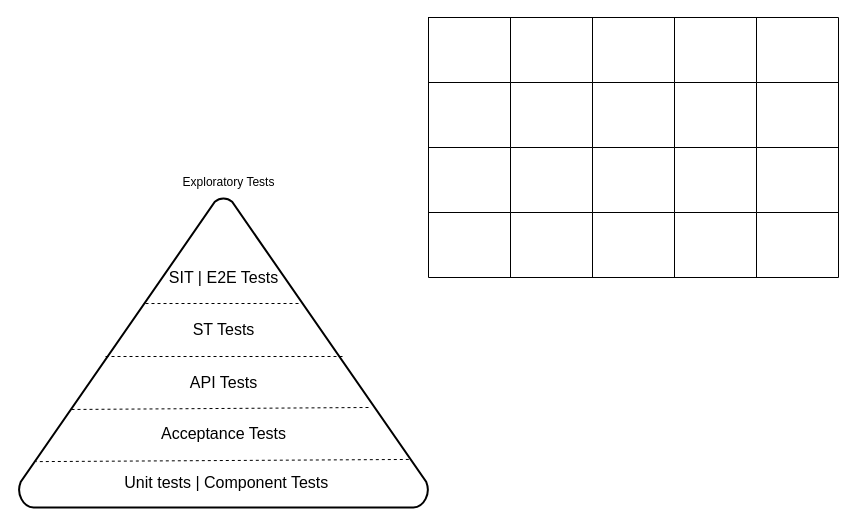
This is page "Page-2" (2 of 4) of Test Process.drawio from neeraj0882/Process, a draw.io file, before an edit. Source tidied: cells renumbered, new cells numbered last; positions are measured from the earlier drawing's top-left corner, leaving out a move shared by most shapes. Both pictures are drawn from the tidied source at 100%, with x=0, y=0 at pixel (18, 17).
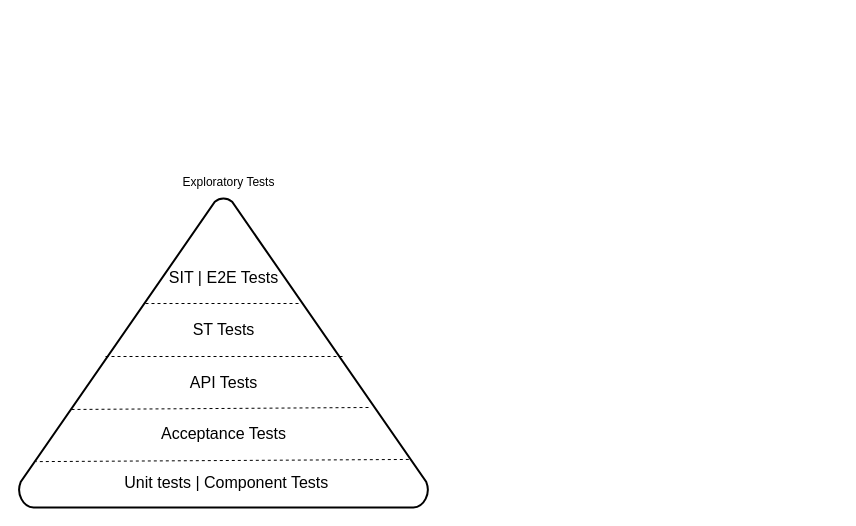
The same page after the edit.

What changed in the source:
```diff
@@
-    <mxCell id="13" style="shape=table;startSize=0;childLayout=tableLayout;" parent="1" vertex="1">
-      <mxGeometry x="410" width="410" height="260" as="geometry" />
-    </mxCell>
-    <mxCell id="14" style="shape=tableRow;horizontal=0;startSize=0;swimlaneHead=0;swimlaneBody=0;strokeColor=inherit;top=0;left=0;bottom=0;right=0;fillColor=none;" parent="13" vertex="1">
-      <mxGeometry width="410" height="65" as="geometry" />
-    </mxCell>
-    <mxCell id="15" style="shape=partialRectangle;html=1;whiteSpace=wrap;strokeColor=inherit;overflow=hidden;fillColor=none;top=0;left=0;bottom=0;right=0;" parent="14" vertex="1">
-      <mxGeometry width="82" height="65" as="geometry" />
-    </mxCell>
-    <mxCell id="16" style="shape=partialRectangle;html=1;whiteSpace=wrap;strokeColor=inherit;overflow=hidden;fillColor=none;top=0;left=0;bottom=0;right=0;" parent="14" vertex="1">
-      <mxGeometry x="82" width="82" height="65" as="geometry" />
-    </mxCell>
-    <mxCell id="17" style="shape=partialRectangle;html=1;whiteSpace=wrap;strokeColor=inherit;overflow=hidden;fillColor=none;top=0;left=0;bottom=0;right=0;" parent="14" vertex="1">
-      <mxGeometry x="164" width="82" height="65" as="geometry" />
-    </mxCell>
-    <mxCell id="18" style="shape=partialRectangle;html=1;whiteSpace=wrap;strokeColor=inherit;overflow=hidden;fillColor=none;top=0;left=0;bottom=0;right=0;" parent="14" vertex="1">
-      <mxGeometry x="246" width="82" height="65" as="geometry" />
-    </mxCell>
-    <mxCell id="19" style="shape=partialRectangle;html=1;whiteSpace=wrap;strokeColor=inherit;overflow=hidden;fillColor=none;top=0;left=0;bottom=0;right=0;" parent="14" vertex="1">
-      <mxGeometry x="328" width="82" height="65" as="geometry" />
-    </mxCell>
-    <mxCell id="20" style="shape=tableRow;horizontal=0;startSize=0;swimlaneHead=0;swimlaneBody=0;strokeColor=inherit;top=0;left=0;bottom=0;right=0;fillColor=none;" parent="13" vertex="1">
-      <mxGeometry y="65" width="410" height="65" as="geometry" />
-    </mxCell>
-    <mxCell id="21" style="shape=partialRectangle;html=1;whiteSpace=wrap;strokeColor=inherit;overflow=hidden;fillColor=none;top=0;left=0;bottom=0;right=0;" parent="20" vertex="1">
-      <mxGeometry width="82" height="65" as="geometry" />
-    </mxCell>
-    <mxCell id="22" style="shape=partialRectangle;html=1;whiteSpace=wrap;strokeColor=inherit;overflow=hidden;fillColor=none;top=0;left=0;bottom=0;right=0;" parent="20" vertex="1">
-      <mxGeometry x="82" width="82" height="65" as="geometry" />
-    </mxCell>
-    <mxCell id="23" style="shape=partialRectangle;html=1;whiteSpace=wrap;strokeColor=inherit;overflow=hidden;fillColor=none;top=0;left=0;bottom=0;right=0;" parent="20" vertex="1">
-      <mxGeometry x="164" width="82" height="65" as="geometry" />
-    </mxCell>
-    <mxCell id="24" style="shape=partialRectangle;html=1;whiteSpace=wrap;strokeColor=inherit;overflow=hidden;fillColor=none;top=0;left=0;bottom=0;right=0;" parent="20" vertex="1">
-      <mxGeometry x="246" width="82" height="65" as="geometry" />
-    </mxCell>
-    <mxCell id="25" style="shape=partialRectangle;html=1;whiteSpace=wrap;strokeColor=inherit;overflow=hidden;fillColor=none;top=0;left=0;bottom=0;right=0;" parent="20" vertex="1">
-      <mxGeometry x="328" width="82" height="65" as="geometry" />
-    </mxCell>
-    <mxCell id="26" style="shape=tableRow;horizontal=0;startSize=0;swimlaneHead=0;swimlaneBody=0;strokeColor=inherit;top=0;left=0;bottom=0;right=0;fillColor=none;" parent="13" vertex="1">
-      <mxGeometry y="130" width="410" height="65" as="geometry" />
-    </mxCell>
-    <mxCell id="27" style="shape=partialRectangle;html=1;whiteSpace=wrap;strokeColor=inherit;overflow=hidden;fillColor=none;top=0;left=0;bottom=0;right=0;" parent="26" vertex="1">
-      <mxGeometry width="82" height="65" as="geometry" />
-    </mxCell>
-    <mxCell id="28" style="shape=partialRectangle;html=1;whiteSpace=wrap;strokeColor=inherit;overflow=hidden;fillColor=none;top=0;left=0;bottom=0;right=0;" parent="26" vertex="1">
-      <mxGeometry x="82" width="82" height="65" as="geometry" />
-    </mxCell>
-    <mxCell id="29" style="shape=partialRectangle;html=1;whiteSpace=wrap;strokeColor=inherit;overflow=hidden;fillColor=none;top=0;left=0;bottom=0;right=0;" parent="26" vertex="1">
-      <mxGeometry x="164" width="82" height="65" as="geometry" />
-    </mxCell>
-    <mxCell id="30" style="shape=partialRectangle;html=1;whiteSpace=wrap;strokeColor=inherit;overflow=hidden;fillColor=none;top=0;left=0;bottom=0;right=0;" parent="26" vertex="1">
-      <mxGeometry x="246" width="82" height="65" as="geometry" />
-    </mxCell>
-    <mxCell id="31" style="shape=partialRectangle;html=1;whiteSpace=wrap;strokeColor=inherit;overflow=hidden;fillColor=none;top=0;left=0;bottom=0;right=0;" parent="26" vertex="1">
-      <mxGeometry x="328" width="82" height="65" as="geometry" />
-    </mxCell>
-    <mxCell id="32" style="shape=tableRow;horizontal=0;startSize=0;swimlaneHead=0;swimlaneBody=0;strokeColor=inherit;top=0;left=0;bottom=0;right=0;fillColor=none;" parent="13" vertex="1">
-      <mxGeometry y="195" width="410" height="65" as="geometry" />
-    </mxCell>
-    <mxCell id="33" style="shape=partialRectangle;html=1;whiteSpace=wrap;strokeColor=inherit;overflow=hidden;fillColor=none;top=0;left=0;bottom=0;right=0;" parent="32" vertex="1">
-      <mxGeometry width="82" height="65" as="geometry" />
-    </mxCell>
-    <mxCell id="34" style="shape=partialRectangle;html=1;whiteSpace=wrap;strokeColor=inherit;overflow=hidden;fillColor=none;top=0;left=0;bottom=0;right=0;" parent="32" vertex="1">
-      <mxGeometry x="82" width="82" height="65" as="geometry" />
-    </mxCell>
-    <mxCell id="35" style="shape=partialRectangle;html=1;whiteSpace=wrap;strokeColor=inherit;overflow=hidden;fillColor=none;top=0;left=0;bottom=0;right=0;" parent="32" vertex="1">
-      <mxGeometry x="164" width="82" height="65" as="geometry" />
-    </mxCell>
-    <mxCell id="36" style="shape=partialRectangle;html=1;whiteSpace=wrap;strokeColor=inherit;overflow=hidden;fillColor=none;top=0;left=0;bottom=0;right=0;" parent="32" vertex="1">
-      <mxGeometry x="246" width="82" height="65" as="geometry" />
-    </mxCell>
-    <mxCell id="37" style="shape=partialRectangle;html=1;whiteSpace=wrap;strokeColor=inherit;overflow=hidden;fillColor=none;top=0;left=0;bottom=0;right=0;" parent="32" vertex="1">
-      <mxGeometry x="328" width="82" height="65" as="geometry" />
-    </mxCell>
```
